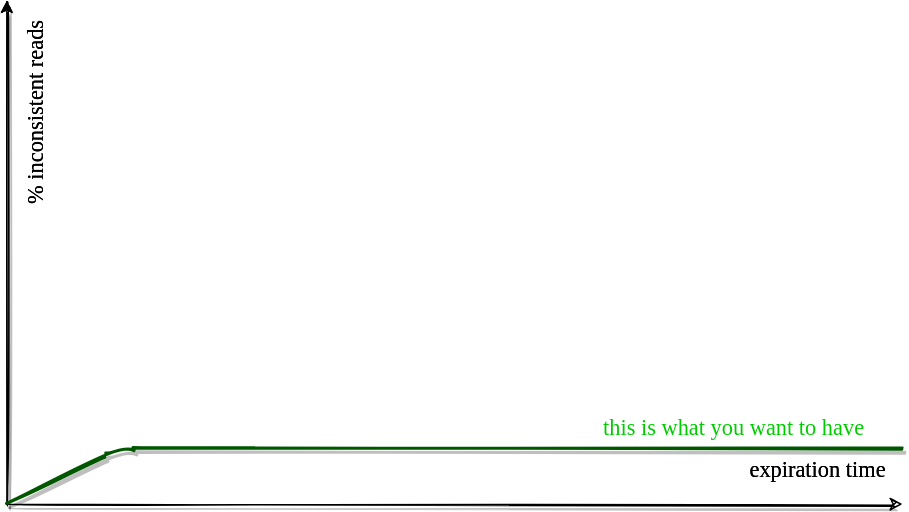
Above: Slides/Fusion_v2/diagrams/consistency/2.dio.svg in alexyakunin/Stl.Fusion.Materials (draw.io), before the change. Source tidied: cells renumbered, new cells last; positions are measured from the earlier drawing's top-left corner, leaving out a move shared by most shapes.
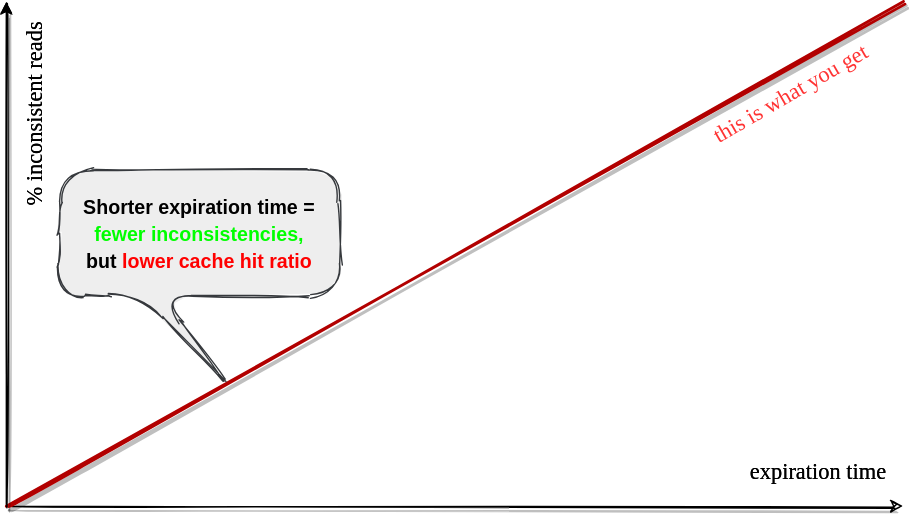
Above is the later version.

Diff of the diagram source:
```diff
@@ -20,6 +20,15 @@
     <mxCell id="5" value="&lt;font face=&quot;Comic Sans MS&quot; style=&quot;font-size: 16px&quot;&gt;expiration time&lt;/font&gt;" style="text;html=1;strokeColor=none;fillColor=none;align=center;verticalAlign=middle;whiteSpace=wrap;rounded=0;sketch=1;" parent="1" vertex="1">
       <mxGeometry x="580" y="320" width="120" height="30" as="geometry" />
     </mxCell>
+    <mxCell id="11" style="endArrow=none;html=1;shadow=1;fontSize=16;curved=1;sketch=1;fillColor=#e51400;strokeColor=#B20000;strokeWidth=2;" parent="1" edge="1">
+      <mxGeometry relative="1" as="geometry">
+        <mxPoint x="60" y="360" as="sourcePoint" />
+        <mxPoint x="700" as="targetPoint" />
+      </mxGeometry>
+    </mxCell>
+    <mxCell id="12" value="&lt;font face=&quot;Comic Sans MS&quot; style=&quot;font-size: 16px&quot;&gt;this is what you get&lt;/font&gt;" style="text;html=1;align=center;verticalAlign=middle;whiteSpace=wrap;rounded=0;sketch=1;fontSize=16;rotation=-30;fontColor=#FF3333;" parent="1" vertex="1">
+      <mxGeometry x="540" y="50" width="160" height="30" as="geometry" />
+    </mxCell>
     <mxCell id="6" style="endArrow=classic;html=1;shadow=1;curved=1;sketch=1;" parent="1" edge="1">
       <mxGeometry relative="1" as="geometry">
         <mxPoint x="60" y="360" as="sourcePoint" />
@@ -32,16 +41,8 @@
     <mxCell id="8" value="&lt;font face=&quot;Comic Sans MS&quot; style=&quot;font-size: 16px&quot;&gt;expiration time&lt;/font&gt;" style="text;html=1;strokeColor=none;fillColor=none;align=center;verticalAlign=middle;whiteSpace=wrap;rounded=0;sketch=1;" parent="1" vertex="1">
       <mxGeometry x="580" y="320" width="120" height="30" as="geometry" />
     </mxCell>
-    <mxCell id="9" style="endArrow=none;html=1;entryX=1;entryY=0;entryDx=0;entryDy=0;shadow=1;sketch=1;fillColor=#008a00;strokeColor=#005700;strokeWidth=2;" parent="1" edge="1" target="8">
-      <mxGeometry relative="1" as="geometry">
-        <mxPoint x="60" y="360" as="sourcePoint" />
-        <Array as="points">
-          <mxPoint x="140" y="320" />
-        </Array>
-      </mxGeometry>
+    <mxCell id="9" value="&lt;font style=&quot;font-size: 14px&quot;&gt;&lt;font color=&quot;#000000&quot;&gt;Shorter expiration time =&lt;/font&gt;&lt;br&gt;&lt;font color=&quot;#00ff00&quot;&gt;fewer inconsistencies,&lt;/font&gt;&lt;/font&gt;&lt;font style=&quot;color: rgb(0 , 0 , 0) ; font-size: 14px&quot;&gt;&lt;br&gt;but &lt;/font&gt;&lt;font style=&quot;font-size: 14px&quot;&gt;&lt;font color=&quot;#ff0000&quot;&gt;lower cache hit ratio&lt;/font&gt;&lt;br&gt;&lt;/font&gt;" style="shape=callout;whiteSpace=wrap;html=1;perimeter=calloutPerimeter;rounded=1;sketch=1;fontSize=16;position2=0.59;base=15;size=60;position=0.29;arcSize=45;fillStyle=solid;labelBackgroundColor=none;labelBorderColor=none;fontStyle=1;fillColor=#eeeeee;strokeColor=#36393d;" parent="1" vertex="1">
+      <mxGeometry x="98" y="120" width="200" height="150" as="geometry" />
     </mxCell>
-    <mxCell id="10" value="&lt;font face=&quot;Comic Sans MS&quot; style=&quot;font-size: 16px&quot;&gt;this is what you want to have&lt;/font&gt;" style="text;html=1;align=center;verticalAlign=middle;whiteSpace=wrap;rounded=0;sketch=1;fontSize=16;rotation=0;fontColor=#00CC00;" parent="1" vertex="1">
-      <mxGeometry x="460" y="290" width="240" height="30" as="geometry" />
-    </mxCell>
   </root>
 </mxGraphModel>
```
